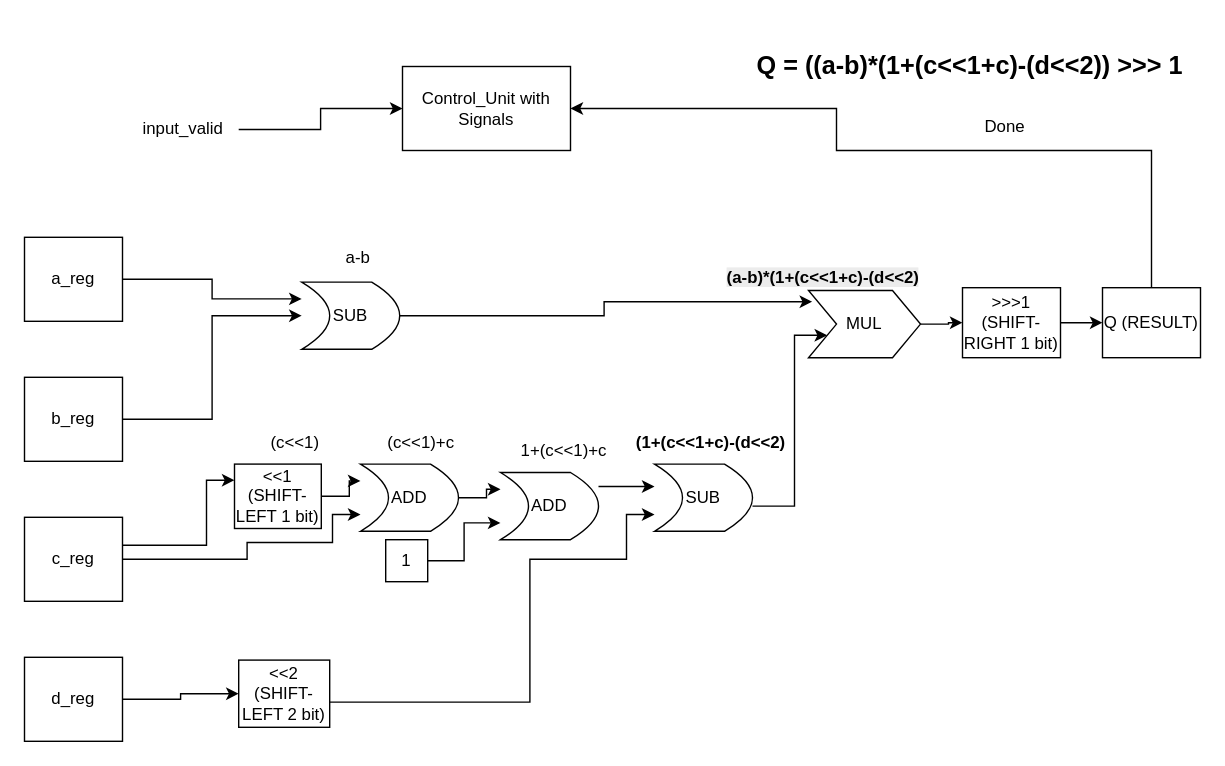
Before: Untitled Diagram.drawio in Almas00222/TestYADRO, a draw.io diagram. Source tidied: cells renumbered, new cells numbered last; positions are measured from the earlier drawing's top-left corner, leaving out a move shared by most shapes. Both pictures are drawn from the tidied source at 140%, with x=0, y=0 at pixel (24, 38).
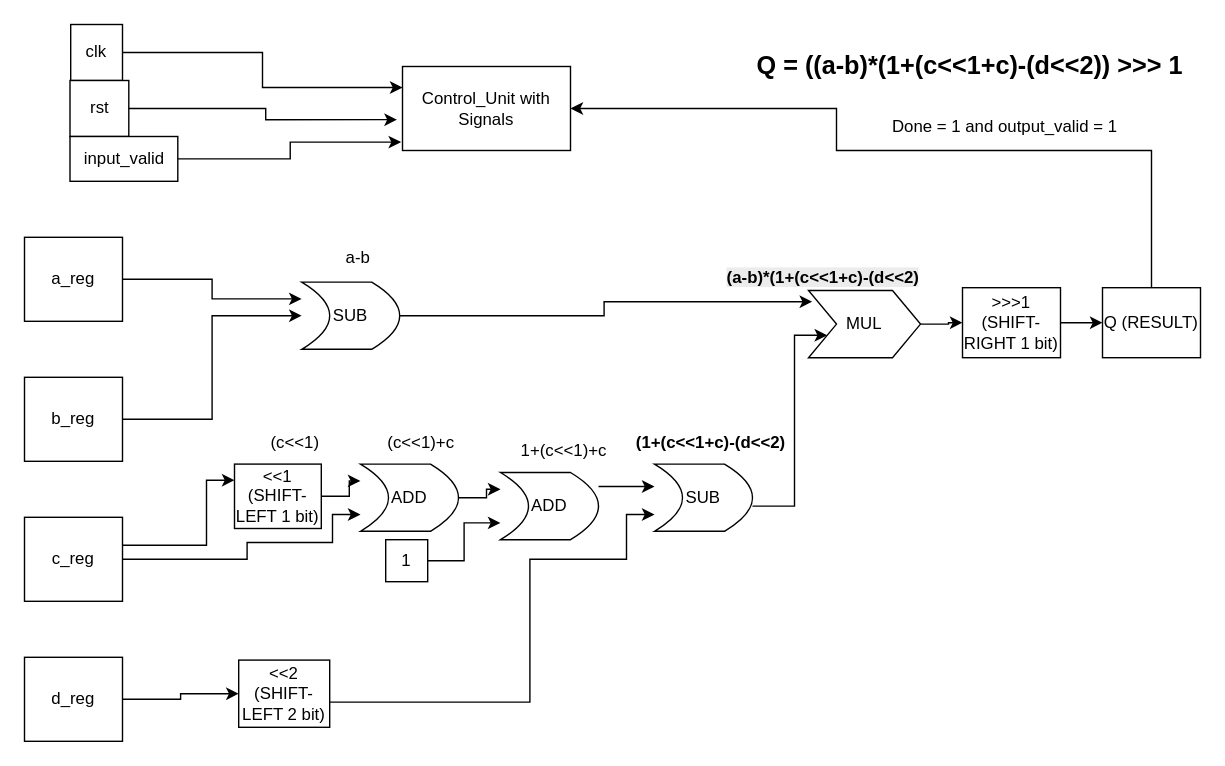
The same page after the edit.

Unchanged cells that the change refers to:
```xml
<mxCell id="2" value="Control_Unit with Signals" style="rounded=0;whiteSpace=wrap;html=1;" parent="1" vertex="1">
  <mxGeometry x="270" y="20" width="120" height="60" as="geometry" />
</mxCell>
```

Change to the diagram source:
```diff
@@
-    <mxCell id="39" value="Done" style="text;html=1;align=center;verticalAlign=middle;strokeColor=none;fillColor=none;" parent="1" vertex="1">
-      <mxGeometry x="675" y="48" width="50" height="30" as="geometry" />
+    <mxCell id="39" value="Done = 1 and output_valid = 1" style="text;html=1;align=center;verticalAlign=middle;strokeColor=none;fillColor=none;" parent="1" vertex="1">
+      <mxGeometry x="610" y="48" width="180" height="30" as="geometry" />
     </mxCell>
+    <mxCell id="42" style="edgeStyle=orthogonalEdgeStyle;rounded=0;jettySize=auto;html=1;entryX=0;entryY=0.25;entryDx=0;entryDy=0;" parent="1" edge="1" source="43" target="2">
+      <mxGeometry relative="1" as="geometry" />
+    </mxCell>
+    <mxCell id="43" value="clk" style="whiteSpace=wrap;html=1;" parent="1" vertex="1">
+      <mxGeometry x="33" y="-10" width="37" height="40" as="geometry" />
+    </mxCell>
+    <mxCell id="44" value="rst" style="whiteSpace=wrap;html=1;" parent="1" vertex="1">
+      <mxGeometry x="32.5" y="30" width="42" height="40" as="geometry" />
+    </mxCell>
+    <mxCell id="41" value="input_valid" style="rounded=0;whiteSpace=wrap;html=1;" parent="1" vertex="1">
+      <mxGeometry x="32.5" y="70" width="77" height="32" as="geometry" />
+    </mxCell>
-    <mxCell id="40" style="edgeStyle=orthogonalEdgeStyle;rounded=0;jettySize=auto;html=1;entryX=0;entryY=0.5;entryDx=0;entryDy=0;" parent="1" edge="1" source="41" target="2">
+    <mxCell id="40" style="edgeStyle=orthogonalEdgeStyle;rounded=0;jettySize=auto;html=1;entryX=-0.008;entryY=0.9;entryDx=0;entryDy=0;entryPerimeter=0;" parent="1" edge="1" source="41" target="2">
       <mxGeometry relative="1" as="geometry" />
     </mxCell>
-    <mxCell id="41" value="input_valid" style="text;html=1;align=center;verticalAlign=middle;points=[];strokeColor=none;fillColor=none;" parent="1" vertex="1">
-      <mxGeometry x="73" y="50" width="80" height="30" as="geometry" />
-    </mxCell>
+    <mxCell id="45" style="edgeStyle=orthogonalEdgeStyle;rounded=0;jettySize=auto;html=1;entryX=-0.033;entryY=0.633;entryDx=0;entryDy=0;entryPerimeter=0;" parent="1" edge="1" source="44" target="2">
+      <mxGeometry relative="1" as="geometry" />
+    </mxCell>
```
